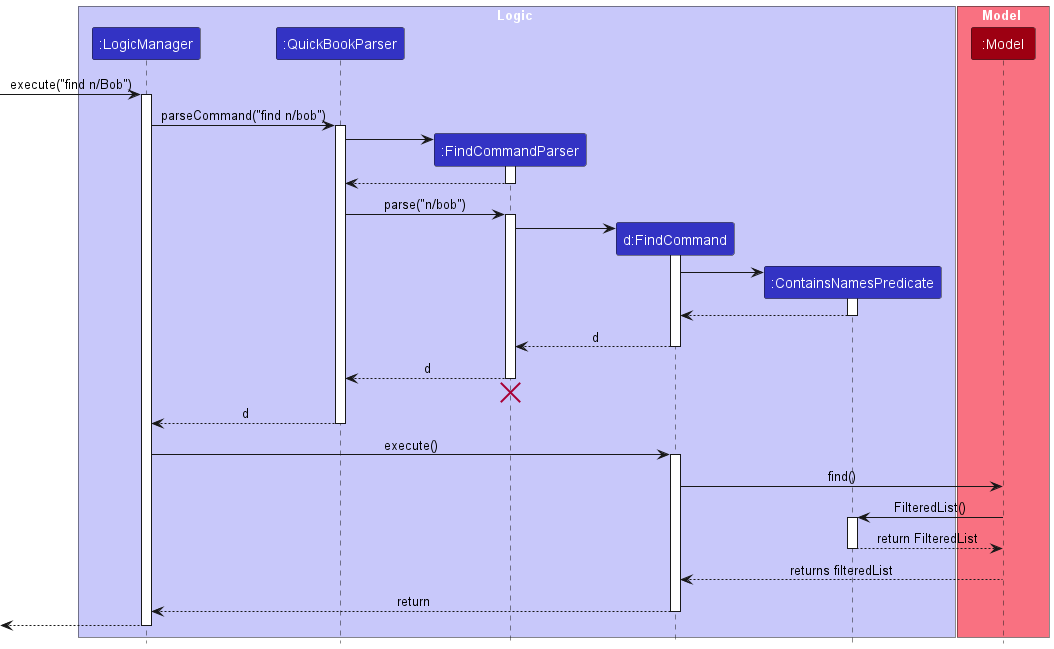
nus-cs2103-AY2223S2/tp keeps this PlantUML diagram as docs/images/FindSequenceDiagram.png. Above is the earlier version. Its source is kept beside it as docs/diagrams/FindSequenceDiagram.puml.
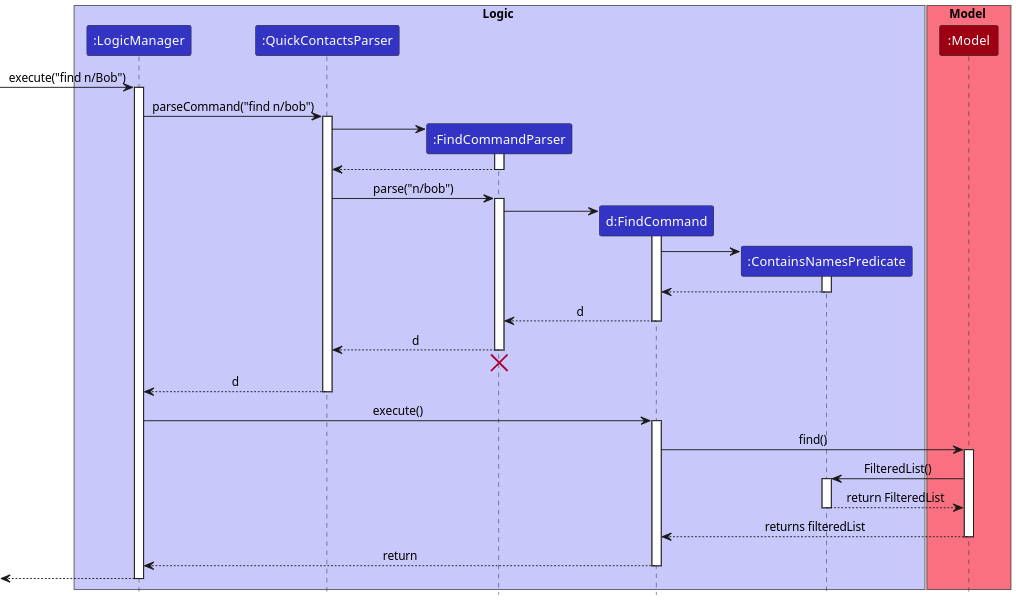
Later version of the same file.

The edit, as a diff of the source:
```diff
@@ -3,7 +3,7 @@
 
 box Logic LOGIC_COLOR_T1
 participant ":LogicManager" as LogicManager LOGIC_COLOR
-participant ":QuickBookParser" as QuickBookParser LOGIC_COLOR
+participant ":QuickContactsParser" as QuickContactsParser LOGIC_COLOR
 participant ":FindCommandParser" as FindCommandParser LOGIC_COLOR
 participant "d:FindCommand" as FindCommand LOGIC_COLOR
 participant ":ContainsNamesPredicate" as ContainsNamesPredicate LOGIC_COLOR
@@ -16,17 +16,17 @@
 [-> LogicManager : execute("find n/Bob")
 activate LogicManager
 
-LogicManager -> QuickBookParser : parseCommand("find n/bob")
-activate QuickBookParser
+LogicManager -> QuickContactsParser : parseCommand("find n/bob")
+activate QuickContactsParser
 
 create FindCommandParser
-QuickBookParser -> FindCommandParser
+QuickContactsParser -> FindCommandParser
 activate FindCommandParser
 
-FindCommandParser --> QuickBookParser
+FindCommandParser --> QuickContactsParser
 deactivate FindCommandParser
 
-QuickBookParser -> FindCommandParser : parse("n/bob")
+QuickContactsParser -> FindCommandParser : parse("n/bob")
 activate FindCommandParser
 
 create FindCommand
@@ -42,13 +42,13 @@
 FindCommand --> FindCommandParser : d
 deactivate FindCommand
 
-FindCommandParser --> QuickBookParser : d
+FindCommandParser --> QuickContactsParser : d
 deactivate FindCommandParser
-FindCommandParser -[hidden]-> QuickBookParser
+FindCommandParser -[hidden]-> QuickContactsParser
 destroy FindCommandParser
 
-QuickBookParser --> LogicManager : d
-deactivate QuickBookParser
+QuickContactsParser --> LogicManager : d
+deactivate QuickContactsParser
 
 LogicManager -> FindCommand : execute()
 activate FindCommand
```
